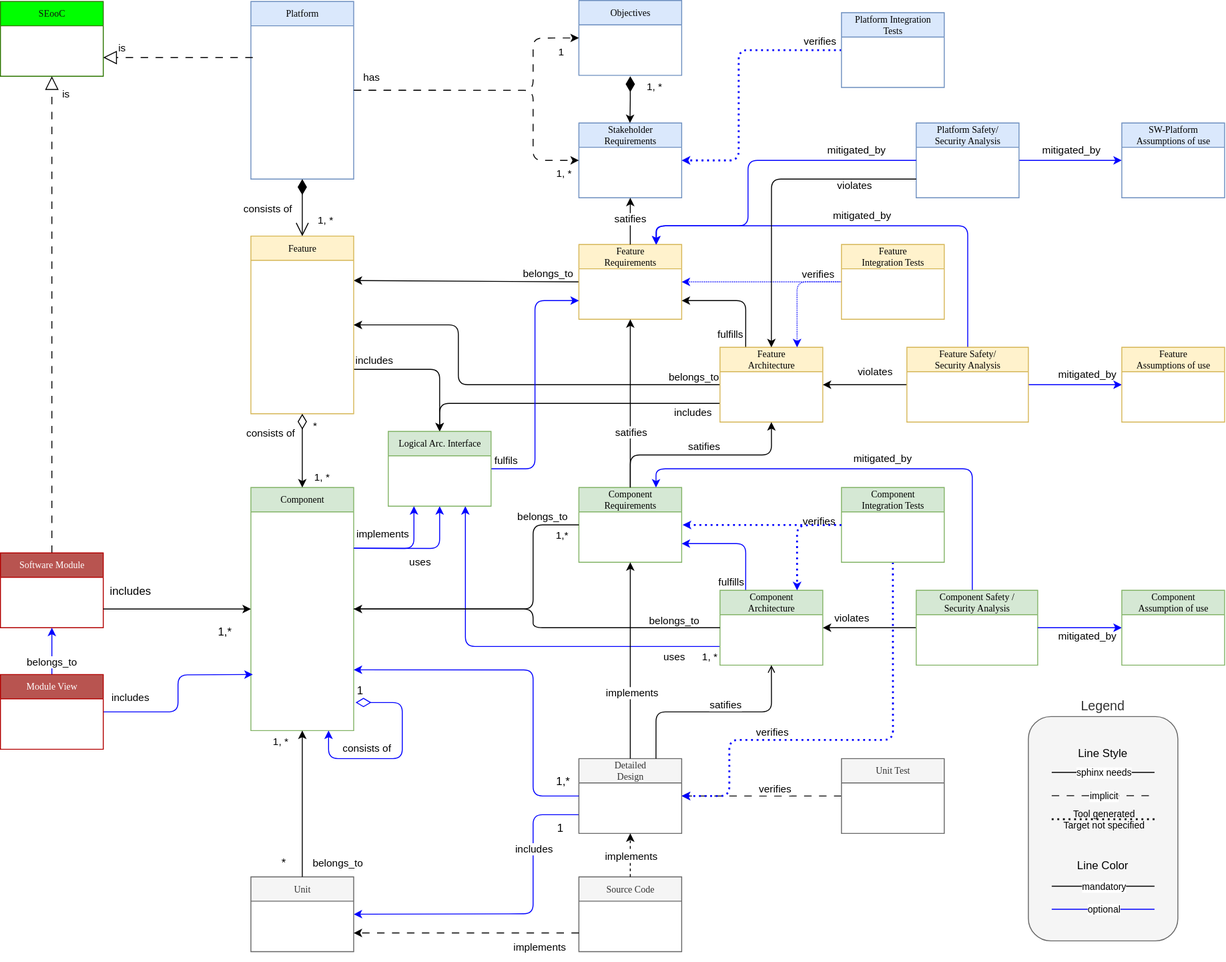
Earlier version of the draw.io export pr-524/_images/score_building_blocks_meta_model.drawio.svg (eclipse-score/process_description). Source tidied: cells renumbered, new cells last; positions are measured from the earlier drawing's top-left corner, leaving out a move shared by most shapes.
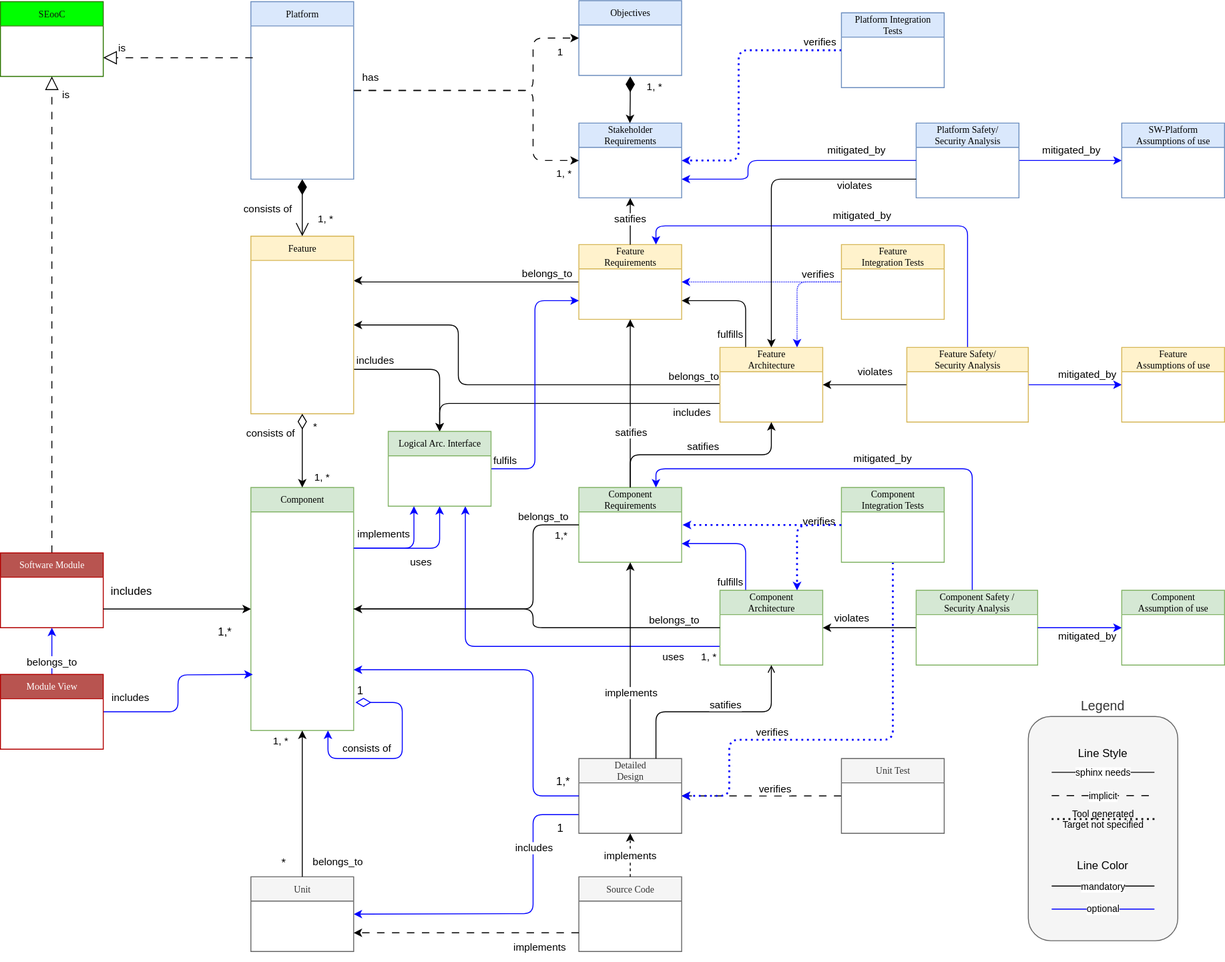
After the change.

The edit, as a diff of the source:
```diff
@@ -502,12 +502,11 @@
     <mxCell id="109" value="Platform Safety/&lt;br&gt;Security Analysis" style="swimlane;html=1;fontStyle=0;horizontal=1;startSize=26;fillColor=#dae8fc;swimlaneFillColor=#ffffff;rounded=0;shadow=0;comic=0;labelBackgroundColor=none;strokeWidth=1;fontFamily=Verdana;fontSize=10;align=center;strokeColor=#6c8ebf;" parent="1" vertex="1">
       <mxGeometry x="980" y="131" width="110" height="80" as="geometry" />
     </mxCell>
-    <mxCell id="110" style="edgeStyle=orthogonalEdgeStyle;rounded=1;jettySize=auto;html=1;exitX=0;exitY=0.5;exitDx=0;exitDy=0;entryX=0.75;entryY=0;entryDx=0;entryDy=0;curved=0;strokeColor=#0000FF;" parent="1" edge="1" source="109" target="12">
+    <mxCell id="110" style="edgeStyle=orthogonalEdgeStyle;rounded=1;jettySize=auto;html=1;exitX=0;exitY=0.5;exitDx=0;exitDy=0;entryX=1;entryY=0.75;entryDx=0;entryDy=0;curved=0;strokeColor=#0000FF;" parent="1" edge="1" source="109" target="33">
       <mxGeometry relative="1" as="geometry">
         <Array as="points">
           <mxPoint x="800" y="171" />
-          <mxPoint x="800" y="241" />
-          <mxPoint x="702" y="241" />
+          <mxPoint x="800" y="191" />
         </Array>
       </mxGeometry>
     </mxCell>
```
